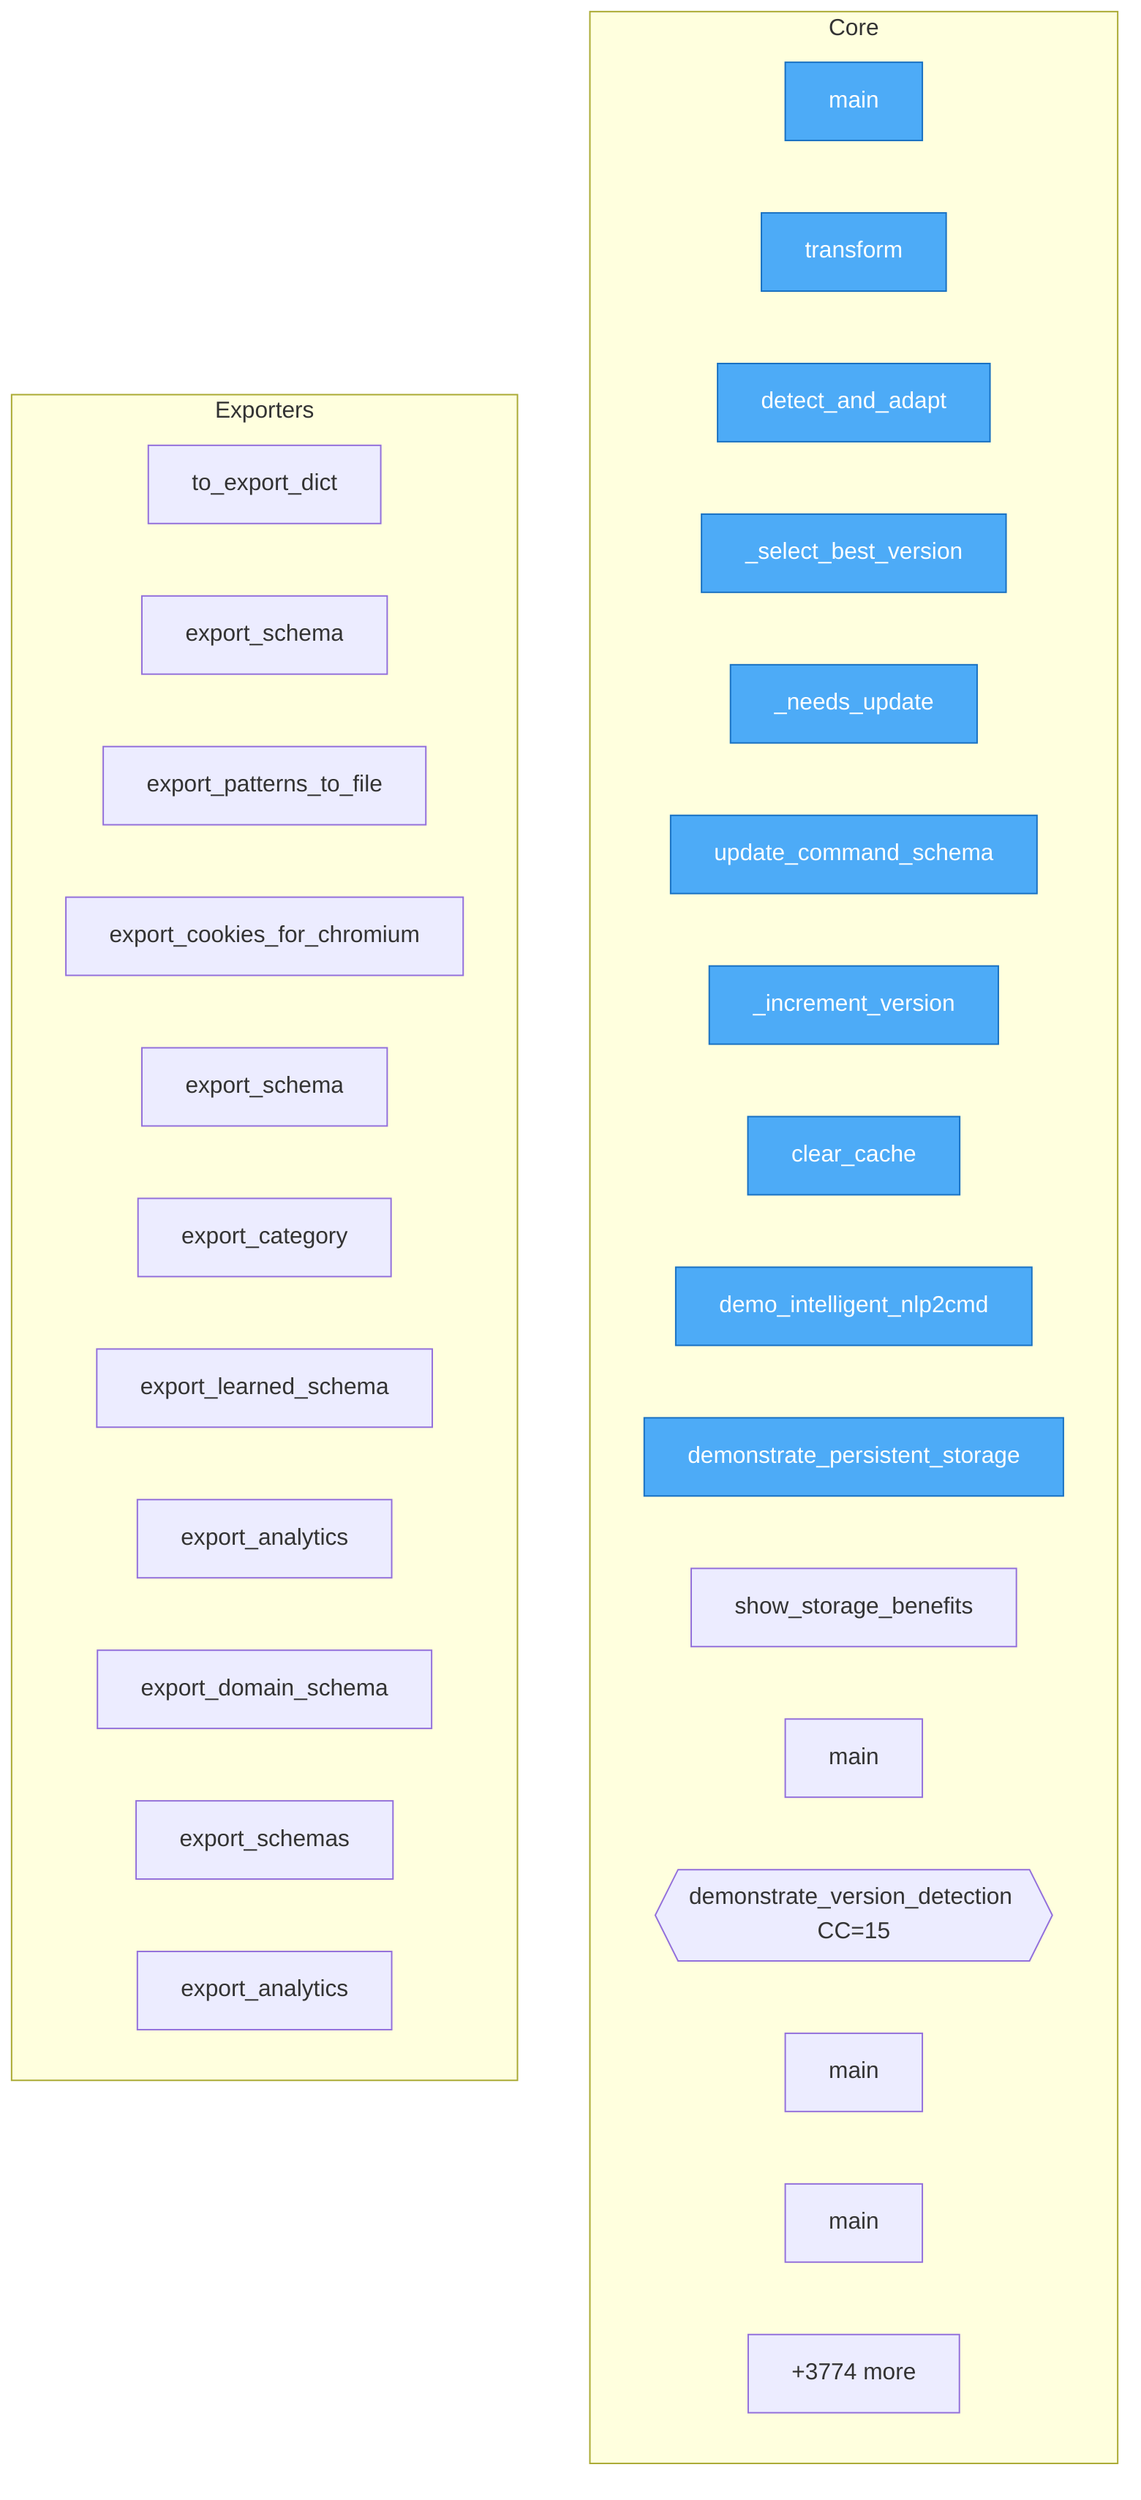
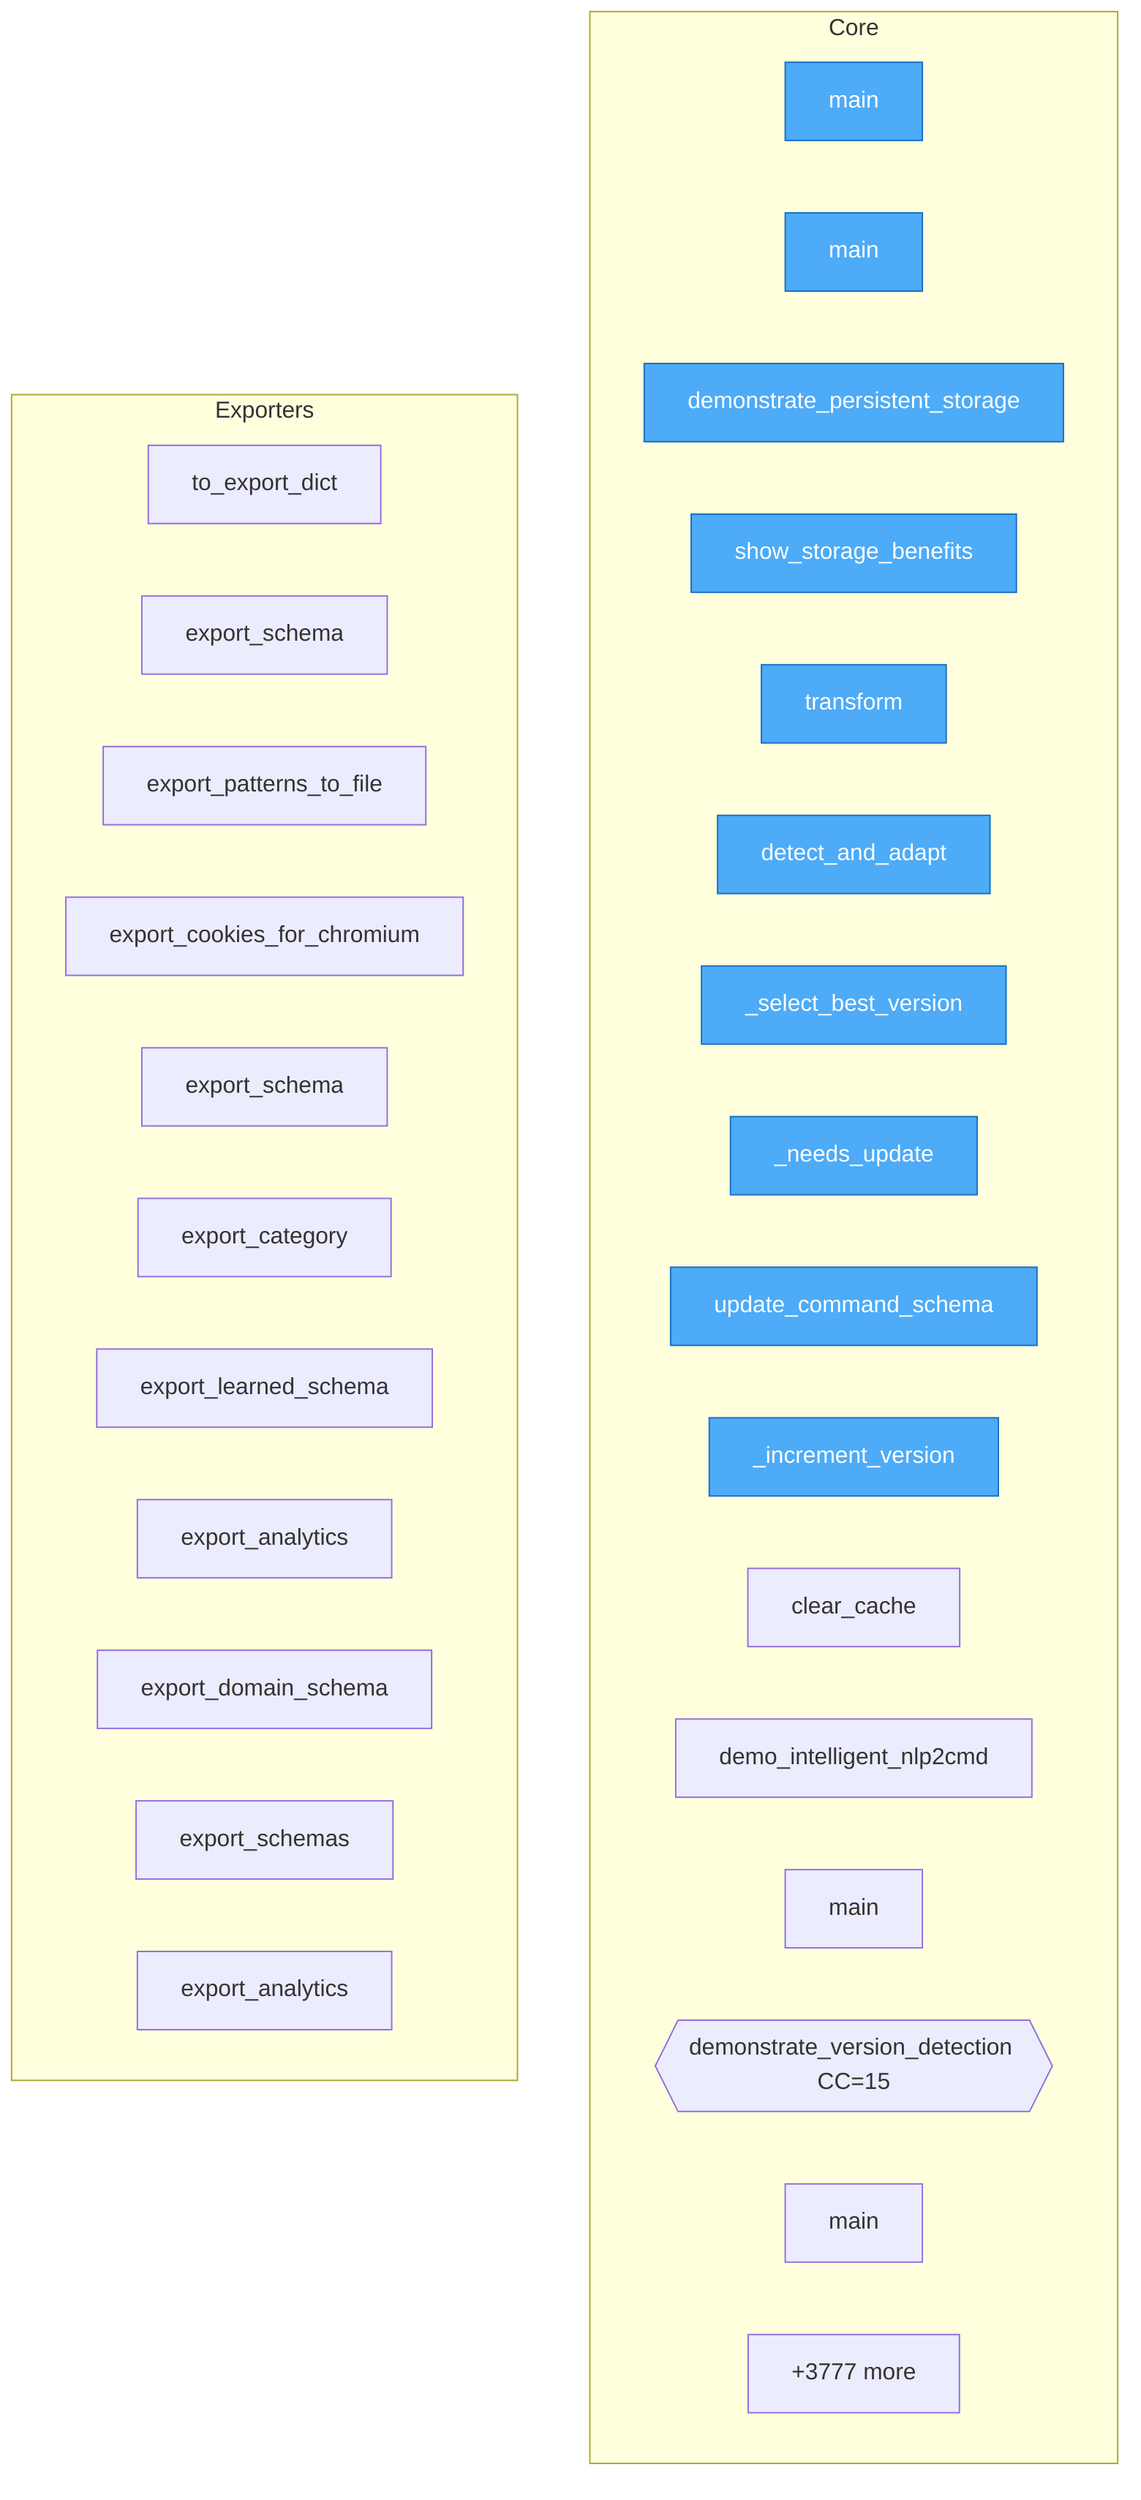
flowchart TD

    %% Entry points (blue)
    classDef entry fill:#4dabf7,stroke:#1971c2,color:#fff

    subgraph Core
        demos__simple_schema_demo__main["main"]
+         demos__demo_enhanced__main["main"]
+         demos__demo_persistent_storage__demonstrate_persistent_storage["demonstrate_persistent_storage"]
+         demos__demo_persistent_storage__show_storage_benefits["show_storage_benefits"]
        demos__demo_intelligent_nlp2cmd__IntelligentNLP2CMD__transform["transform"]
        demos__demo_intelligent_nlp2cmd__IntelligentNLP2CMD__detect_and_adapt["detect_and_adapt"]
        demos__demo_intelligent_nlp2cmd__IntelligentNLP2CMD___select_best_version["_select_best_version"]
        demos__demo_intelligent_nlp2cmd__IntelligentNLP2CMD___needs_update["_needs_update"]
        demos__demo_intelligent_nlp2cmd__IntelligentNLP2CMD__update_command_schema["update_command_schema"]
        demos__demo_intelligent_nlp2cmd__IntelligentNLP2CMD___increment_version["_increment_version"]
        demos__demo_intelligent_nlp2cmd__IntelligentNLP2CMD__clear_cache["clear_cache"]
        demos__demo_intelligent_nlp2cmd__demo_intelligent_nlp2cmd["demo_intelligent_nlp2cmd"]
-         demos__demo_persistent_storage__demonstrate_persistent_storage["demonstrate_persistent_storage"]
-         demos__demo_persistent_storage__show_storage_benefits["show_storage_benefits"]
-         demos__demo_enhanced__main["main"]
+         demos__demo_schema_flow__main["main"]
        demos__demo_version_detection__demonstrate_version_detection{{demonstrate_version_detection CC=15}}
        demos__demo_version_detection__main["main"]
-         demos__demo_schema_flow__main["main"]
-         ...["+3774 more"]
+         ...["+3777 more"]
    end

    subgraph Exporters
        src__app2schema__extract__App2SchemaResult__to_export_dict["to_export_dict"]
        src__nlp2cmd__schemas__SchemaRegistry__export_schema["export_schema"]
        src__nlp2cmd__automation__vector_store__export_patterns_to_file["export_patterns_to_file"]
        src__nlp2cmd__automation__firefox_sessions__FirefoxSessionImporter__export_cookies_for_chromium["export_cookies_for_chromium"]
        src__nlp2cmd__generation__fuzzy_schema_matcher__FuzzySchemaMatcher__export_schema["export_schema"]
        src__nlp2cmd__core__toon_integration__ToonDataManager__export_category["export_category"]
        src__nlp2cmd__cli__web_schema__export_learned_schema["export_learned_schema"]
        src__nlp2cmd__cli__history__export_analytics["export_analytics"]
        src__nlp2cmd__web_schema__history__InteractionHistory__export_domain_schema["export_domain_schema"]
        src__nlp2cmd__enhanced__EnhancedNLP2CMD__export_schemas["export_schemas"]
        src__nlp2cmd__history__tracker__CommandHistory__export_analytics["export_analytics"]
    end

-     class demos__simple_schema_demo__main,demos__demo_intelligent_nlp2cmd__IntelligentNLP2CMD__transform,demos__demo_intelligent_nlp2cmd__IntelligentNLP2CMD__detect_and_adapt,demos__demo_intelligent_nlp2cmd__IntelligentNLP2CMD___select_best_version,demos__demo_intelligent_nlp2cmd__IntelligentNLP2CMD___needs_update,demos__demo_intelligent_nlp2cmd__IntelligentNLP2CMD__update_command_schema,demos__demo_intelligent_nlp2cmd__IntelligentNLP2CMD___increment_version,demos__demo_intelligent_nlp2cmd__IntelligentNLP2CMD__clear_cache,demos__demo_intelligent_nlp2cmd__demo_intelligent_nlp2cmd,demos__demo_persistent_storage__demonstrate_persistent_storage entry
+     class demos__simple_schema_demo__main,demos__demo_enhanced__main,demos__demo_persistent_storage__demonstrate_persistent_storage,demos__demo_persistent_storage__show_storage_benefits,demos__demo_intelligent_nlp2cmd__IntelligentNLP2CMD__transform,demos__demo_intelligent_nlp2cmd__IntelligentNLP2CMD__detect_and_adapt,demos__demo_intelligent_nlp2cmd__IntelligentNLP2CMD___select_best_version,demos__demo_intelligent_nlp2cmd__IntelligentNLP2CMD___needs_update,demos__demo_intelligent_nlp2cmd__IntelligentNLP2CMD__update_command_schema,demos__demo_intelligent_nlp2cmd__IntelligentNLP2CMD___increment_version entry
